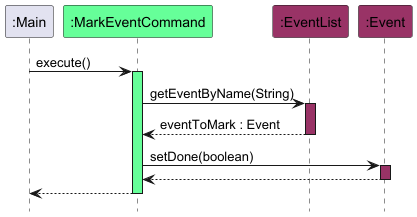
Before: docs/images/MarkEventSequenceDiagram.png, a diagram exported from PlantUML (nus-cs2113-AY2425S1/tp).
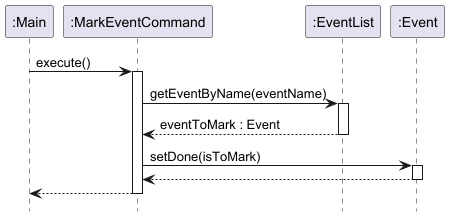
Later version of the same file.

What changed in the source:
```diff
@@ -3,21 +3,21 @@
 hide footbox
 
 participant ":Main" as main
-participant ":MarkEventCommand" as markCommand COMMAND_COLOUR
-participant ":EventList" as eventList EVENT_COLOUR
-participant ":Event" as event EVENT_COLOUR
+participant ":MarkEventCommand" as markCommand
+participant ":EventList" as eventList
+participant ":Event" as event
 
 main -> markCommand : execute()
-activate markCommand COMMAND_COLOUR
+activate markCommand
 
-markCommand -> eventList : getEventByName(String)
-activate eventList EVENT_COLOUR
+markCommand -> eventList : getEventByName(eventName)
+activate eventList
 
 eventList --> markCommand : eventToMark : Event
 deactivate eventList
 
-markCommand -> event : setDone(boolean)
-activate event EVENT_COLOUR
+markCommand -> event : setDone(isToMark)
+activate event
 
 event --> markCommand
 deactivate event
```
